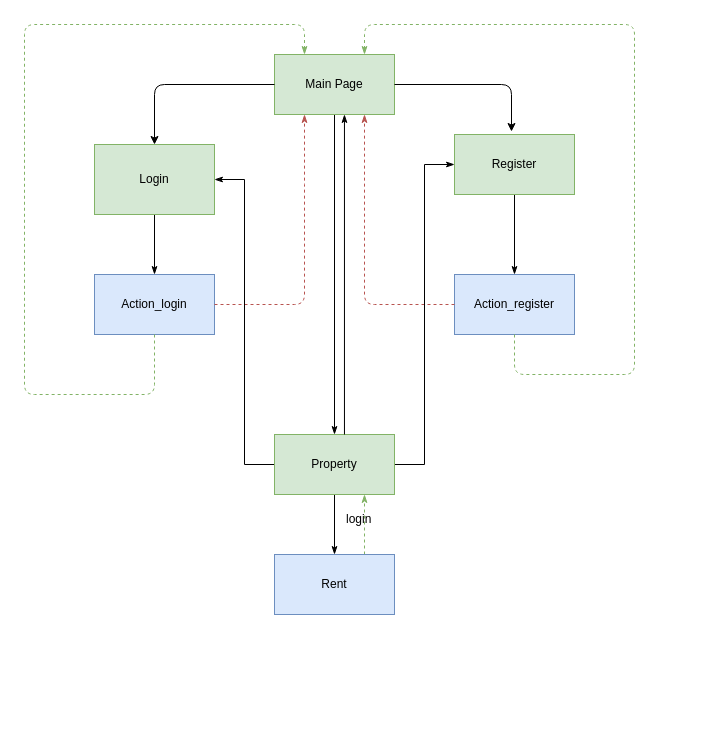
The draw.io diagram Docs/Untitled Diagram.drawio.xml in BernardoCMoreira/LTW19-20, before the edit. Source tidied: cells renumbered, new cells numbered last; positions are measured from the earlier drawing's top-left corner, leaving out a move shared by most shapes. Both pictures are drawn from the tidied source at 100%, with x=0, y=0 at pixel (24, 24).
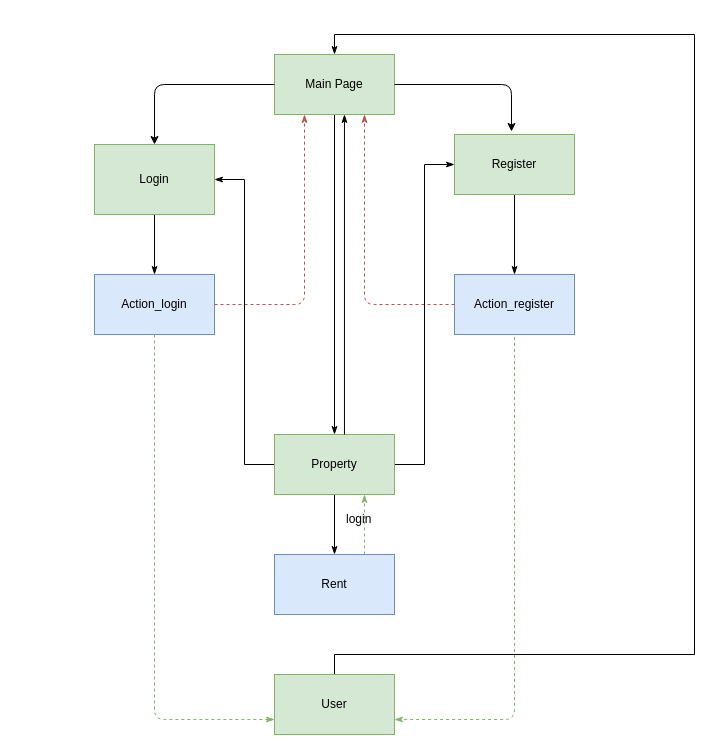
The same diagram, later.

Unchanged cells that the change refers to:
```xml
<mxCell id="3" value="Main Page" style="rounded=0;whiteSpace=wrap;html=1;fillColor=#d5e8d4;strokeColor=#82b366;" parent="1" vertex="1">
  <mxGeometry x="250" y="30" width="120" height="60" as="geometry" />
</mxCell>
<mxCell id="6" value="Action_login" style="rounded=0;whiteSpace=wrap;html=1;fillColor=#dae8fc;strokeColor=#6c8ebf;" parent="1" vertex="1">
  <mxGeometry x="70" y="250" width="120" height="60" as="geometry" />
</mxCell>
```

Change to the diagram source:
```diff
@@
-    <mxCell id="20" style="endArrow=classicThin;dashed=1;html=1;fillColor=#d5e8d4;strokeColor=#82b366;entryX=0.25;entryY=0;entryDx=0;entryDy=0;exitX=0.5;exitY=1;exitDx=0;exitDy=0;endFill=1;" parent="1" edge="1" source="6" target="3">
-      <mxGeometry relative="1" as="geometry">
-        <Array as="points">
-          <mxPoint x="130" y="370" />
-          <mxPoint y="370" />
-          <mxPoint />
-          <mxPoint x="280" />
-        </Array>
-      </mxGeometry>
-    </mxCell>
-    <mxCell id="21" style="endArrow=classicThin;dashed=1;html=1;fillColor=#d5e8d4;strokeColor=#82b366;entryX=0.75;entryY=0;entryDx=0;entryDy=0;exitX=0.5;exitY=1;exitDx=0;exitDy=0;endFill=1;" parent="1" edge="1" target="3">
-      <mxGeometry relative="1" as="geometry">
-        <mxPoint x="490" y="310" as="sourcePoint" />
-        <Array as="points">
-          <mxPoint x="490" y="350" />
-          <mxPoint x="610" y="350" />
-          <mxPoint x="610" />
-          <mxPoint x="340" />
-        </Array>
-      </mxGeometry>
-    </mxCell>
@@
+    <mxCell id="24" style="edgeStyle=orthogonalEdgeStyle;rounded=0;jettySize=auto;html=1;exitX=0.5;exitY=0;exitDx=0;exitDy=0;entryX=0.5;entryY=0;entryDx=0;entryDy=0;endArrow=classicThin;endFill=1;" parent="1" edge="1" source="25" target="3">
+      <mxGeometry relative="1" as="geometry">
+        <Array as="points">
+          <mxPoint x="310" y="630" />
+          <mxPoint x="670" y="630" />
+          <mxPoint x="670" y="10" />
+          <mxPoint x="310" y="10" />
+        </Array>
+      </mxGeometry>
+    </mxCell>
+    <mxCell id="25" value="User" style="rounded=0;whiteSpace=wrap;html=1;fillColor=#d5e8d4;strokeColor=#82b366;" parent="1" vertex="1">
+      <mxGeometry x="250" y="650" width="120" height="60" as="geometry" />
+    </mxCell>
+    <mxCell id="26" style="endArrow=classicThin;dashed=1;html=1;fillColor=#d5e8d4;strokeColor=#82b366;exitX=0.5;exitY=1;exitDx=0;exitDy=0;endFill=1;entryX=0;entryY=0.75;entryDx=0;entryDy=0;" parent="1" edge="1" source="6" target="25">
+      <mxGeometry relative="1" as="geometry">
+        <Array as="points">
+          <mxPoint x="130" y="695" />
+        </Array>
+      </mxGeometry>
+    </mxCell>
+    <mxCell id="27" style="endArrow=classicThin;dashed=1;html=1;fillColor=#d5e8d4;strokeColor=#82b366;exitX=0.5;exitY=1;exitDx=0;exitDy=0;endFill=1;entryX=1;entryY=0.75;entryDx=0;entryDy=0;" parent="1" edge="1" target="25">
+      <mxGeometry relative="1" as="geometry">
+        <mxPoint x="490" y="312.5" as="sourcePoint" />
+        <Array as="points">
+          <mxPoint x="490" y="695" />
+        </Array>
+      </mxGeometry>
+    </mxCell>
```
